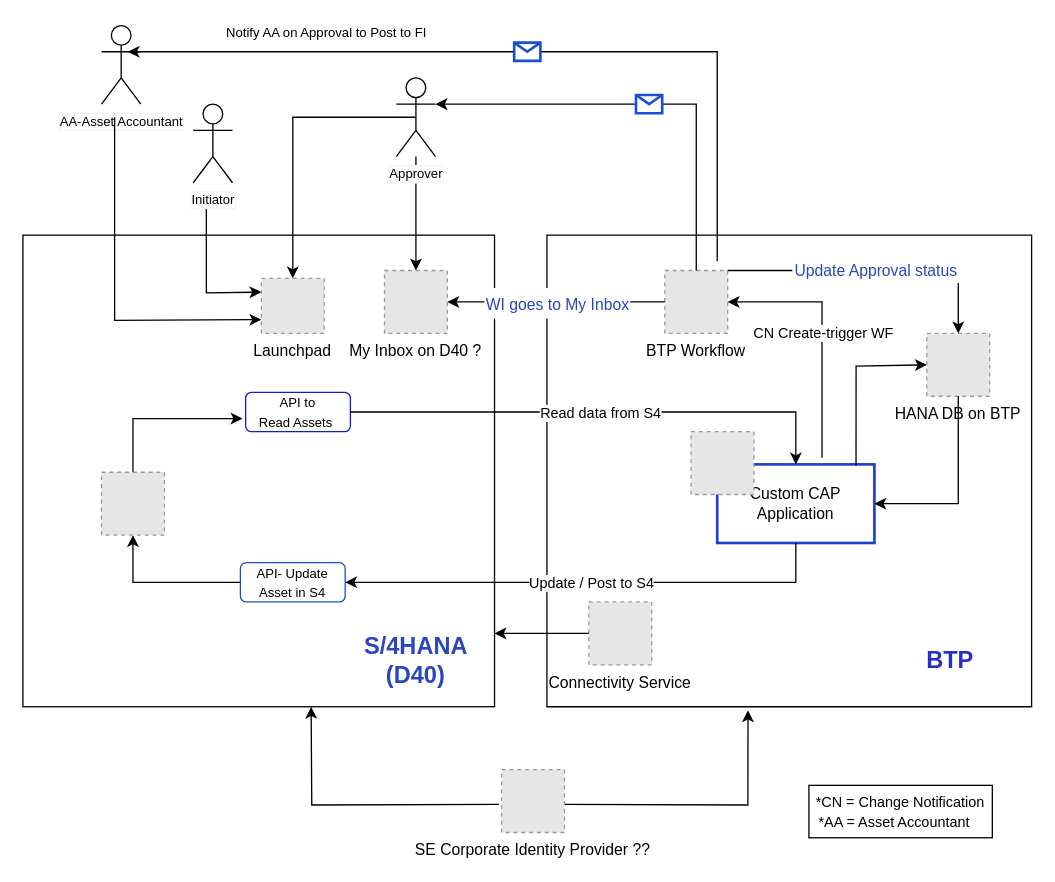
The draw.io diagram BTP Architecture.drawio in sundeepsethi/sundeep, before the edit. Source tidied: cells renumbered, new cells numbered last; positions are measured from the earlier drawing's top-left corner, leaving out a move shared by most shapes. Both pictures are drawn from the tidied source at 131%, with x=0, y=0 at pixel (22, 25). Pictures stored in the file or linked from it are replaced by grey dashed boxes.
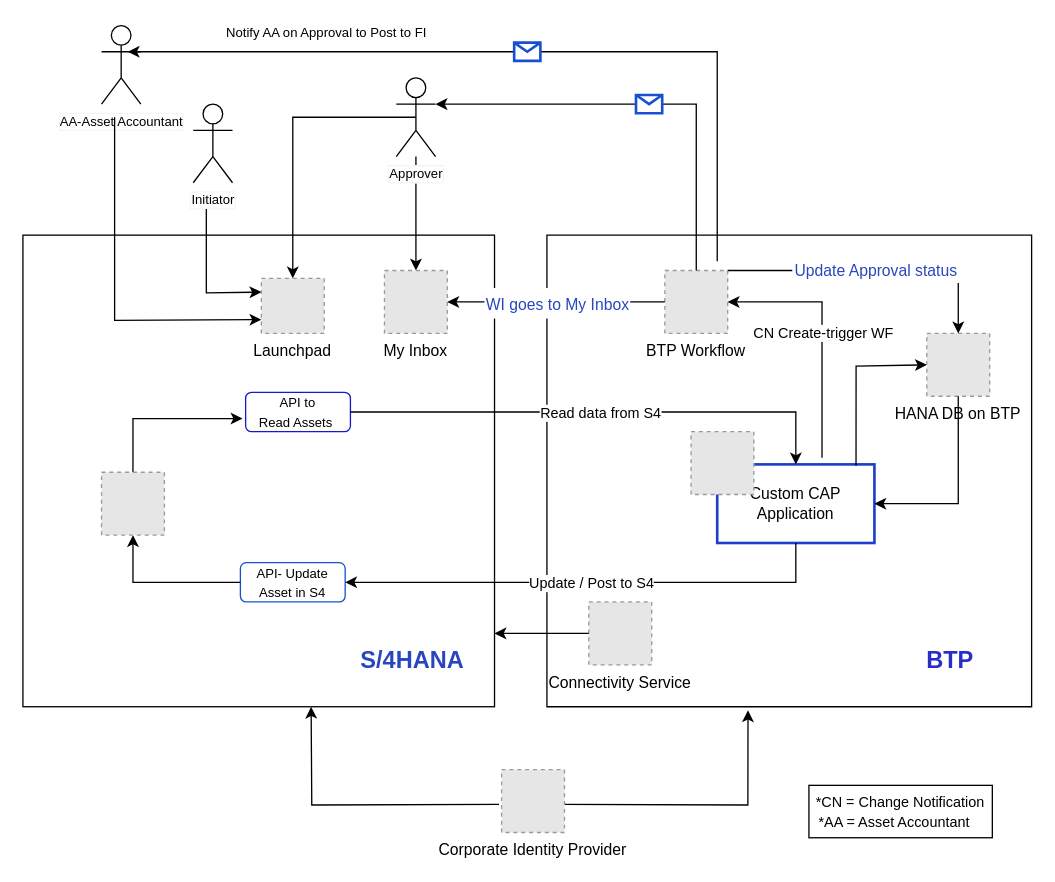
The same page after the edit.

Diff of the diagram source:
```diff
@@
-    <mxCell id="9" value="&lt;font style=&quot;font-size: 18px;&quot; color=&quot;#2846bd&quot;&gt;&lt;b&gt;S/4HANA (D40)&lt;/b&gt;&lt;/font&gt;" style="text;html=1;strokeColor=none;fillColor=none;align=center;verticalAlign=middle;whiteSpace=wrap;rounded=0;" parent="1" vertex="1">
+    <mxCell id="9" value="&lt;font style=&quot;font-size: 18px;&quot; color=&quot;#2846bd&quot;&gt;&lt;b&gt;S/4HANA&amp;nbsp;&lt;/b&gt;&lt;/font&gt;" style="text;html=1;strokeColor=none;fillColor=none;align=center;verticalAlign=middle;whiteSpace=wrap;rounded=0;" parent="1" vertex="1">
       <mxGeometry x="270" y="470" width="60" height="30" as="geometry" />
     </mxCell>
@@
-    <mxCell id="19" value="SE Corporate Identity Provider ??" style="fillColor=#E6E6E6;strokeColor=#999999;dashed=1;verticalLabelPosition=bottom;verticalAlign=top;" parent="1" vertex="1">
+    <mxCell id="19" value="Corporate Identity Provider" style="fillColor=#E6E6E6;strokeColor=#999999;dashed=1;verticalLabelPosition=bottom;verticalAlign=top;" parent="1" vertex="1">
       <mxGeometry x="365.4" y="568" width="48" height="48" as="geometry" />
     </mxCell>
@@
-    <mxCell id="22" value="My Inbox on D40 ?" style="fillColor=#E6E6E6;strokeColor=#999999;dashed=1;verticalLabelPosition=bottom;verticalAlign=top;" parent="1" vertex="1">
+    <mxCell id="22" value="My Inbox" style="fillColor=#E6E6E6;strokeColor=#999999;dashed=1;verticalLabelPosition=bottom;verticalAlign=top;" parent="1" vertex="1">
       <mxGeometry x="276" y="187" width="48" height="48" as="geometry" />
     </mxCell>
```
